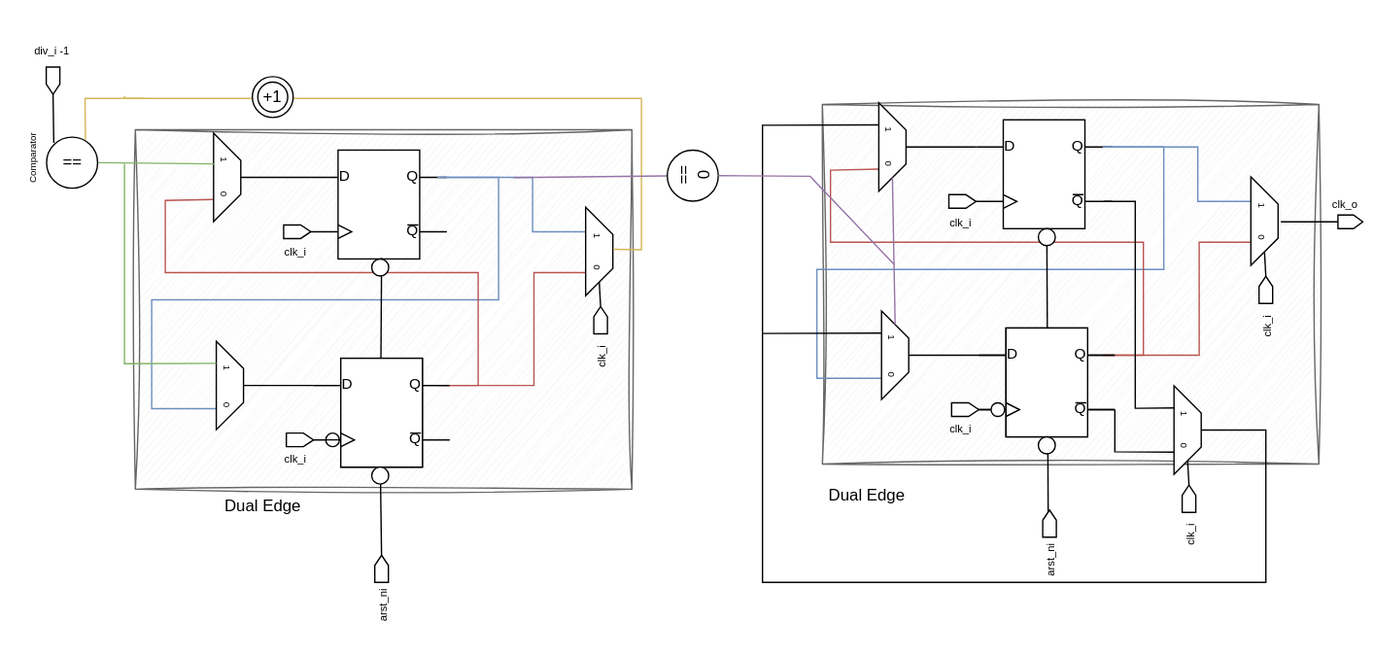
Before: document/clockdivider.svg, a diagram exported from draw.io (ADN-VLSI/SC-SoC). Source tidied: cells renumbered, new cells last; positions are measured from the earlier drawing's top-left corner, leaving out a move shared by most shapes.
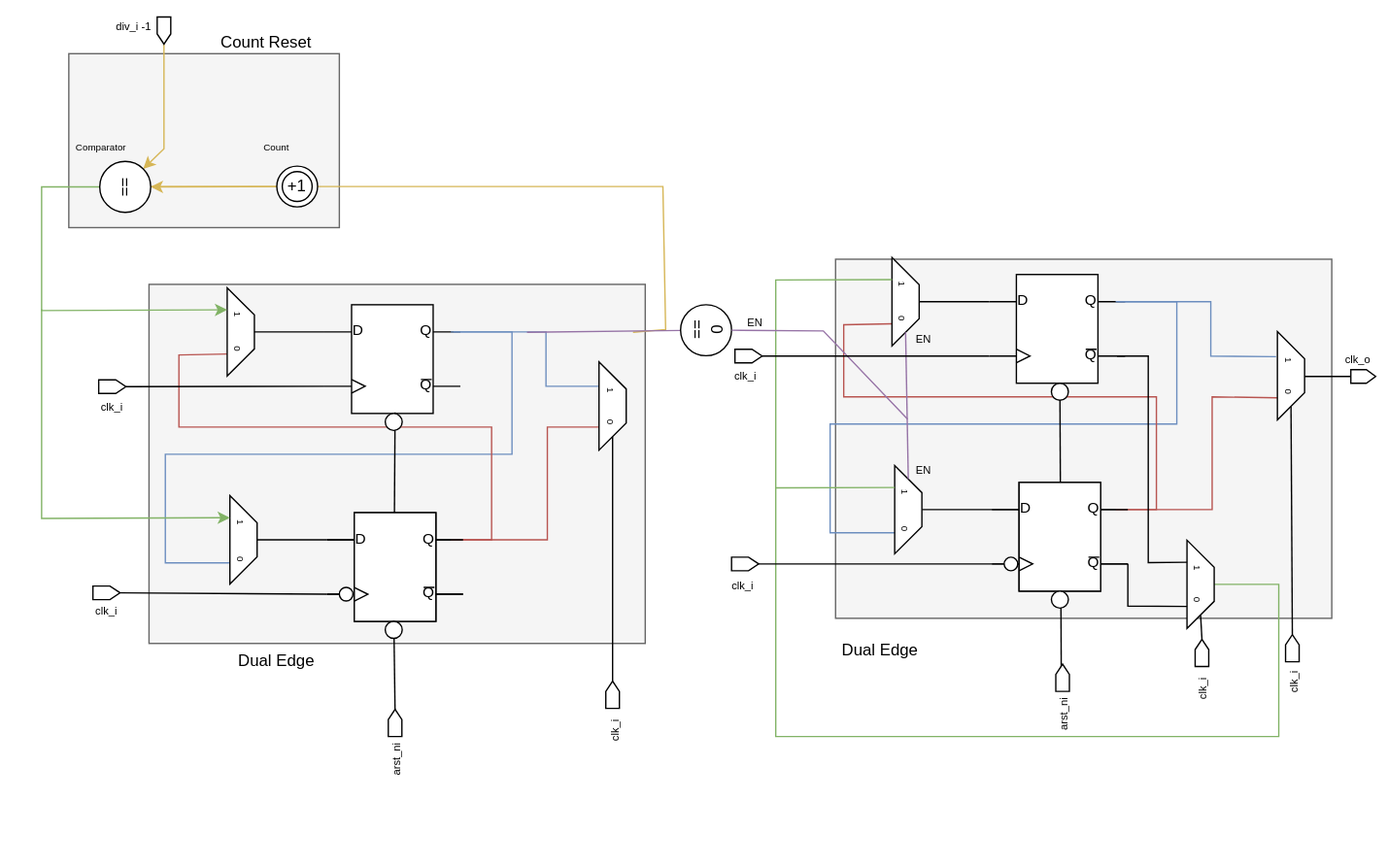
The same diagram one commit later.

The edit, as a diff of the source:
```diff
@@ -3,12 +3,15 @@
     <mxCell id="0" />
     <mxCell id="1" parent="0" />
     <mxCell id="2" style="rounded=0;whiteSpace=wrap;html=1;strokeColor=none;" parent="1" vertex="1">
-      <mxGeometry x="8" width="1010" height="482" as="geometry" />
+      <mxGeometry x="-2" y="-114" width="1019.8" height="638" as="geometry" />
     </mxCell>
+    <mxCell id="83" style="rounded=0;whiteSpace=wrap;html=1;fillColor=#f5f5f5;fontColor=#333333;strokeColor=#666666;" parent="1" vertex="1">
+      <mxGeometry x="48" y="-75" width="199" height="128" as="geometry" />
+    </mxCell>
-    <mxCell id="3" style="rounded=0;whiteSpace=wrap;html=1;fillColor=#f5f5f5;strokeColor=#666666;sketch=1;curveFitting=1;jiggle=2;fontColor=#333333;" parent="1" vertex="1">
+    <mxCell id="3" style="rounded=0;whiteSpace=wrap;html=1;fillColor=#f5f5f5;strokeColor=#666666;fontColor=#333333;" parent="1" vertex="1">
       <mxGeometry x="612" y="76.2" width="365" height="264.2" as="geometry" />
     </mxCell>
-    <mxCell id="4" style="rounded=0;whiteSpace=wrap;html=1;fillColor=#f5f5f5;fontColor=#333333;strokeColor=#666666;sketch=1;curveFitting=1;jiggle=2;" parent="1" vertex="1">
+    <mxCell id="4" style="rounded=0;whiteSpace=wrap;html=1;fillColor=#f5f5f5;fontColor=#333333;strokeColor=#666666;" parent="1" vertex="1">
       <mxGeometry x="107" y="94.8" width="365" height="264.2" as="geometry" />
     </mxCell>
     <mxCell id="5" style="verticalLabelPosition=bottom;shadow=0;dashed=0;align=center;html=1;verticalAlign=top;shape=mxgraph.electrical.logic_gates.d_type_flip-flop;" parent="1" vertex="1">
@@ -17,9 +20,6 @@
     <mxCell id="6" style="verticalLabelPosition=bottom;shadow=0;dashed=0;align=center;html=1;verticalAlign=top;shape=mxgraph.electrical.logic_gates.d_type_flip-flop;" parent="1" vertex="1">
       <mxGeometry x="236" y="109.8" width="100" height="80" as="geometry" />
     </mxCell>
-    <mxCell id="7" style="ellipse;whiteSpace=wrap;html=1;" parent="1" vertex="1">
-      <mxGeometry x="247" y="317.8" width="10" height="10" as="geometry" />
-    </mxCell>
     <mxCell id="8" style="endArrow=none;html=1;entryX=0;entryY=0.25;entryDx=0;entryDy=0;entryPerimeter=0;exitX=0.5;exitY=0;exitDx=0;exitDy=0;" parent="1" edge="1" source="16" target="6">
       <mxGeometry relative="1" as="geometry" />
     </mxCell>
@@ -80,48 +80,34 @@
     <mxCell id="16" value="&lt;font style=&quot;font-size: 7px;&quot;&gt;1&amp;nbsp; &amp;nbsp; &amp;nbsp; &amp;nbsp; &amp;nbsp; &amp;nbsp;0&lt;/font&gt;" style="shape=trapezoid;perimeter=trapezoidPerimeter;whiteSpace=wrap;html=1;fixedSize=1;rotation=90;" parent="1" vertex="1">
       <mxGeometry x="142" y="119.8" width="65" height="20" as="geometry" />
     </mxCell>
-    <mxCell id="17" style="endArrow=none;html=1;fillColor=#d5e8d4;strokeColor=#82b366;entryX=0.348;entryY=0.961;entryDx=0;entryDy=0;entryPerimeter=0;rounded=0;curved=0;exitX=1;exitY=0.5;exitDx=0;exitDy=0;" parent="1" edge="1" source="36" target="16">
-      <mxGeometry relative="1" as="geometry" />
-    </mxCell>
-    <mxCell id="18" style="endArrow=none;html=1;strokeColor=#82b366;exitX=0.25;exitY=1;exitDx=0;exitDy=0;fillColor=#d5e8d4;rounded=0;curved=0;" parent="1" edge="1" source="15">
-      <mxGeometry relative="1" as="geometry">
-        <mxPoint x="99" y="120" as="targetPoint" />
-        <Array as="points">
-          <mxPoint x="99" y="266.8" />
-          <mxPoint x="99" y="119.8" />
-        </Array>
-      </mxGeometry>
-    </mxCell>
     <mxCell id="19" value="&lt;font style=&quot;font-size: 8px;&quot;&gt;clk_i&lt;/font&gt;" style="text;html=1;align=center;verticalAlign=middle;whiteSpace=wrap;rounded=0;" parent="1" vertex="1">
-      <mxGeometry x="214" y="329.8" width="22" height="12" as="geometry" />
+      <mxGeometry x="64.8" y="327.8" width="22" height="12" as="geometry" />
     </mxCell>
-    <mxCell id="20" style="endArrow=none;html=1;fillColor=#fff2cc;strokeColor=#d6b656;rounded=0;curved=0;exitX=0.476;exitY=-0.02;exitDx=0;exitDy=0;exitPerimeter=0;" parent="1" edge="1" source="14">
+    <mxCell id="20" style="endArrow=none;html=1;fillColor=#fff2cc;strokeColor=#d6b656;rounded=0;curved=0;" parent="1" edge="1">
       <mxGeometry relative="1" as="geometry">
-        <mxPoint x="99" y="70" as="targetPoint" />
+        <mxPoint x="463" y="130" as="sourcePoint" />
+        <mxPoint x="105" y="21" as="targetPoint" />
         <Array as="points">
-          <mxPoint x="479" y="183" />
-          <mxPoint x="479" y="71.8" />
-          <mxPoint x="99" y="71.8" />
+          <mxPoint x="487" y="128" />
+          <mxPoint x="485" y="22.8" />
+          <mxPoint x="105" y="22.8" />
         </Array>
       </mxGeometry>
     </mxCell>
-    <mxCell id="21" value="+1" style="ellipse;shape=doubleEllipse;whiteSpace=wrap;html=1;" parent="1" vertex="1">
-      <mxGeometry x="193" y="55.8" width="30" height="30" as="geometry" />
-    </mxCell>
     <mxCell id="22" value="&lt;font style=&quot;font-size: 8px;&quot;&gt;clk_i&lt;/font&gt;" style="text;html=1;align=center;verticalAlign=middle;whiteSpace=wrap;rounded=0;" parent="1" vertex="1">
-      <mxGeometry x="214" y="177.8" width="22" height="12" as="geometry" />
+      <mxGeometry x="69" y="177.8" width="22" height="12" as="geometry" />
     </mxCell>
     <mxCell id="23" value="&lt;font style=&quot;font-size: 8px;&quot;&gt;clk_i&lt;/font&gt;" style="text;html=1;align=center;verticalAlign=middle;whiteSpace=wrap;rounded=0;rotation=-90;" parent="1" vertex="1">
-      <mxGeometry x="438" y="255.8" width="22" height="12" as="geometry" />
+      <mxGeometry x="438" y="417.2" width="22" height="12" as="geometry" />
     </mxCell>
     <mxCell id="24" style="shape=offPageConnector;whiteSpace=wrap;html=1;rotation=-90;" parent="1" vertex="1">
-      <mxGeometry x="221" y="159.8" width="10" height="20" as="geometry" />
+      <mxGeometry x="75" y="160" width="10" height="20" as="geometry" />
     </mxCell>
     <mxCell id="25" style="shape=offPageConnector;whiteSpace=wrap;html=1;rotation=-90;" parent="1" vertex="1">
-      <mxGeometry x="223" y="312.8" width="10" height="20" as="geometry" />
+      <mxGeometry x="70.8" y="311.8" width="10" height="20" as="geometry" />
     </mxCell>
     <mxCell id="26" style="shape=offPageConnector;whiteSpace=wrap;html=1;rotation=-180;" parent="1" vertex="1">
-      <mxGeometry x="444" y="224.8" width="10" height="20" as="geometry" />
+      <mxGeometry x="443" y="386.8" width="10" height="20" as="geometry" />
     </mxCell>
     <mxCell id="27" style="endArrow=none;html=1;entryX=0.5;entryY=1;entryDx=0;entryDy=0;exitX=1;exitY=0.5;exitDx=0;exitDy=0;" parent="1" edge="1" source="14" target="26">
       <mxGeometry relative="1" as="geometry" />
@@ -132,34 +118,32 @@
     <mxCell id="29" style="shape=offPageConnector;whiteSpace=wrap;html=1;rotation=-180;direction=south;" parent="1" vertex="1">
       <mxGeometry x="991" y="157.5" width="18.2" height="10" as="geometry" />
     </mxCell>
-    <mxCell id="30" style="endArrow=none;html=1;rounded=0;curved=0;fillColor=#fff2cc;strokeColor=#d6b656;exitX=0.762;exitY=0.054;exitDx=0;exitDy=0;exitPerimeter=0;" parent="1" edge="1" source="36">
-      <mxGeometry relative="1" as="geometry">
-        <mxPoint x="114" y="71.8" as="targetPoint" />
-        <Array as="points">
-          <mxPoint x="70" y="71.8" />
-        </Array>
-      </mxGeometry>
-    </mxCell>
     <mxCell id="31" style="endArrow=none;html=1;entryX=0.5;entryY=0;entryDx=0;entryDy=0;" parent="1" edge="1" target="29">
       <mxGeometry relative="1" as="geometry">
         <mxPoint x="949" y="162.5" as="sourcePoint" />
       </mxGeometry>
     </mxCell>
     <mxCell id="32" value="&lt;font style=&quot;font-size: 8px;&quot;&gt;div_i -1&lt;/font&gt;" style="text;html=1;align=center;verticalAlign=middle;whiteSpace=wrap;rounded=0;rotation=0;direction=west;" parent="1" vertex="1">
-      <mxGeometry x="24.8" y="30" width="41.5" height="12" as="geometry" />
+      <mxGeometry x="75" y="-102" width="41.5" height="12" as="geometry" />
     </mxCell>
-    <mxCell id="33" style="shape=offPageConnector;whiteSpace=wrap;html=1;rotation=-180;direction=west;" parent="1" vertex="1">
-      <mxGeometry x="41.5" y="48.8" width="10" height="20" as="geometry" />
-    </mxCell>
-    <mxCell id="34" style="endArrow=none;html=1;entryX=0.5;entryY=1;entryDx=0;entryDy=0;exitX=0.141;exitY=0.11;exitDx=0;exitDy=0;exitPerimeter=0;" parent="1" edge="1" source="36" target="33">
-      <mxGeometry relative="1" as="geometry" />
-    </mxCell>
+    <mxCell id="84" style="edgeStyle=none;html=1;exitX=0.5;exitY=1;exitDx=0;exitDy=0;rounded=0;curved=0;fillColor=#fff2cc;strokeColor=#d6b656;" parent="1" edge="1" source="33" target="36">
+      <mxGeometry relative="1" as="geometry">
+        <Array as="points">
+          <mxPoint x="118" y="-5" />
+        </Array>
+      </mxGeometry>
+    </mxCell>
-    <mxCell id="35" value="&lt;font style=&quot;font-size: 7px;&quot;&gt;Comparator&lt;/font&gt;" style="text;html=1;align=center;verticalAlign=middle;whiteSpace=wrap;rounded=0;rotation=-90;direction=west;" parent="1" vertex="1">
-      <mxGeometry y="100.8" width="60" height="30" as="geometry" />
+    <mxCell id="35" value="&lt;font style=&quot;font-size: 7px;&quot;&gt;Comparator&lt;/font&gt;" style="text;html=1;align=center;verticalAlign=middle;whiteSpace=wrap;rounded=0;rotation=0;direction=west;" parent="1" vertex="1">
+      <mxGeometry x="42" y="-21.8" width="60" height="30" as="geometry" />
     </mxCell>
-    <mxCell id="36" value="==" style="ellipse;whiteSpace=wrap;html=1;" parent="1" vertex="1">
-      <mxGeometry x="41.8" y="100.2" width="37.5" height="37.5" as="geometry" />
-    </mxCell>
+    <mxCell id="17" style="edgeStyle=none;html=1;exitX=0.5;exitY=1;exitDx=0;exitDy=0;entryX=0.25;entryY=1;entryDx=0;entryDy=0;rounded=0;curved=0;fillColor=#d5e8d4;strokeColor=#82b366;" parent="1" edge="1" source="36" target="16">
+      <mxGeometry relative="1" as="geometry">
+        <Array as="points">
+          <mxPoint x="28" y="23" />
+          <mxPoint x="28" y="114" />
+        </Array>
+      </mxGeometry>
+    </mxCell>
     <mxCell id="37" value="Dual Edge" style="text;html=1;align=center;verticalAlign=middle;whiteSpace=wrap;rounded=0;" parent="1" vertex="1">
       <mxGeometry x="171" y="356.8" width="60" height="30" as="geometry" />
     </mxCell>
@@ -202,17 +186,16 @@
     <mxCell id="44" style="endArrow=none;html=1;fillColor=#dae8fc;strokeColor=#6c8ebf;rounded=0;curved=0;" parent="1" edge="1">
       <mxGeometry relative="1" as="geometry">
         <mxPoint x="818" y="107.5" as="sourcePoint" />
-        <mxPoint x="928" y="147.5" as="targetPoint" />
+        <mxPoint x="936" y="148" as="targetPoint" />
         <Array as="points">
           <mxPoint x="888" y="107.5" />
           <mxPoint x="888" y="147.5" />
         </Array>
       </mxGeometry>
     </mxCell>
-    <mxCell id="45" style="endArrow=none;html=1;fillColor=#f8cecc;strokeColor=#b85450;rounded=0;curved=0;" parent="1" edge="1">
+    <mxCell id="45" style="endArrow=none;html=1;fillColor=#f8cecc;strokeColor=#b85450;rounded=0;curved=0;entryX=0.75;entryY=1;entryDx=0;entryDy=0;" parent="1" edge="1" target="81">
       <mxGeometry relative="1" as="geometry">
         <mxPoint x="818" y="260.5" as="sourcePoint" />
-        <mxPoint x="928" y="177.5" as="targetPoint" />
         <Array as="points">
           <mxPoint x="889" y="260.5" />
           <mxPoint x="889" y="217.5" />
@@ -227,27 +210,27 @@
       <mxGeometry x="631" y="97.5" width="65" height="20" as="geometry" />
     </mxCell>
     <mxCell id="48" value="&lt;font style=&quot;font-size: 8px;&quot;&gt;clk_i&lt;/font&gt;" style="text;html=1;align=center;verticalAlign=middle;whiteSpace=wrap;rounded=0;" parent="1" vertex="1">
-      <mxGeometry x="703" y="307.5" width="22" height="12" as="geometry" />
+      <mxGeometry x="532.5" y="309.8" width="22" height="12" as="geometry" />
     </mxCell>
     <mxCell id="49" value="&lt;font style=&quot;font-size: 8px;&quot;&gt;clk_i&lt;/font&gt;" style="text;html=1;align=center;verticalAlign=middle;whiteSpace=wrap;rounded=0;" parent="1" vertex="1">
-      <mxGeometry x="703" y="155.5" width="22" height="12" as="geometry" />
+      <mxGeometry x="535" y="154.5" width="22" height="12" as="geometry" />
     </mxCell>
     <mxCell id="50" value="&lt;font style=&quot;font-size: 8px;&quot;&gt;clk_i&lt;/font&gt;" style="text;html=1;align=center;verticalAlign=middle;whiteSpace=wrap;rounded=0;rotation=-90;" parent="1" vertex="1">
-      <mxGeometry x="927" y="233.5" width="22" height="12" as="geometry" />
+      <mxGeometry x="937" y="381.5" width="22" height="12" as="geometry" />
     </mxCell>
     <mxCell id="51" style="shape=offPageConnector;whiteSpace=wrap;html=1;rotation=-90;" parent="1" vertex="1">
-      <mxGeometry x="710" y="137.5" width="10" height="20" as="geometry" />
+      <mxGeometry x="543" y="137.5" width="10" height="20" as="geometry" />
     </mxCell>
     <mxCell id="52" style="shape=offPageConnector;whiteSpace=wrap;html=1;rotation=-90;" parent="1" vertex="1">
-      <mxGeometry x="712" y="290.5" width="10" height="20" as="geometry" />
+      <mxGeometry x="540.5" y="290.5" width="10" height="20" as="geometry" />
     </mxCell>
     <mxCell id="53" style="shape=offPageConnector;whiteSpace=wrap;html=1;rotation=-180;" parent="1" vertex="1">
-      <mxGeometry x="933" y="202.5" width="10" height="20" as="geometry" />
+      <mxGeometry x="943" y="352.5" width="10" height="20" as="geometry" />
     </mxCell>
     <mxCell id="54" style="endArrow=none;html=1;entryX=0.5;entryY=1;entryDx=0;entryDy=0;exitX=1;exitY=0.5;exitDx=0;exitDy=0;" parent="1" edge="1" source="81" target="53">
       <mxGeometry relative="1" as="geometry" />
     </mxCell>
-    <mxCell id="55" style="endArrow=none;html=1;entryX=0.25;entryY=1;entryDx=0;entryDy=0;rounded=0;curved=0;exitX=0.5;exitY=0;exitDx=0;exitDy=0;" parent="1" edge="1" source="56" target="47">
+    <mxCell id="55" style="endArrow=none;html=1;entryX=0.25;entryY=1;entryDx=0;entryDy=0;rounded=0;curved=0;exitX=0.5;exitY=0;exitDx=0;exitDy=0;fillColor=#d5e8d4;strokeColor=#82b366;" parent="1" edge="1" source="56" target="47">
       <mxGeometry relative="1" as="geometry">
         <Array as="points">
           <mxPoint x="938" y="315.5" />
@@ -285,7 +268,7 @@
         </Array>
       </mxGeometry>
     </mxCell>
-    <mxCell id="62" style="endArrow=none;html=1;entryX=0.25;entryY=1;entryDx=0;entryDy=0;" parent="1" edge="1" target="46">
+    <mxCell id="62" style="endArrow=none;html=1;entryX=0.25;entryY=1;entryDx=0;entryDy=0;fillColor=#d5e8d4;strokeColor=#82b366;" parent="1" edge="1" target="46">
       <mxGeometry relative="1" as="geometry">
         <mxPoint x="568" y="244.5" as="sourcePoint" />
       </mxGeometry>
@@ -354,7 +337,7 @@
       <mxGeometry x="736" y="295.5" width="10" height="10" as="geometry" />
     </mxCell>
     <mxCell id="81" value="&lt;font style=&quot;font-size: 7px;&quot;&gt;1&amp;nbsp; &amp;nbsp; &amp;nbsp; &amp;nbsp; &amp;nbsp; 0&lt;/font&gt;" style="shape=trapezoid;perimeter=trapezoidPerimeter;whiteSpace=wrap;html=1;fixedSize=1;rotation=90;" parent="1" vertex="1">
-      <mxGeometry x="904.5" y="152" width="65" height="20" as="geometry" />
+      <mxGeometry x="914.5" y="152" width="65" height="20" as="geometry" />
     </mxCell>
     <mxCell id="82" style="endArrow=none;html=1;fillColor=#e1d5e7;strokeColor=#9673a6;exitX=0.5;exitY=1;exitDx=0;exitDy=0;rounded=0;curved=0;" parent="1" edge="1" source="65">
       <mxGeometry relative="1" as="geometry">
@@ -364,5 +347,55 @@
         </Array>
       </mxGeometry>
     </mxCell>
+    <mxCell id="85" style="endArrow=classic;html=1;entryX=0.5;entryY=0;entryDx=0;entryDy=0;exitX=0;exitY=0.5;exitDx=0;exitDy=0;fillColor=#fff2cc;strokeColor=#d6b656;" parent="1" edge="1" source="21" target="36">
+      <mxGeometry relative="1" as="geometry" />
+    </mxCell>
+    <mxCell id="86" style="endArrow=classic;html=1;entryX=0.25;entryY=1;entryDx=0;entryDy=0;rounded=0;curved=0;fillColor=#d5e8d4;strokeColor=#82b366;" parent="1" edge="1" target="15">
+      <mxGeometry relative="1" as="geometry">
+        <mxPoint x="28" y="113" as="sourcePoint" />
+        <Array as="points">
+          <mxPoint x="28" y="267" />
+        </Array>
+      </mxGeometry>
+    </mxCell>
+    <mxCell id="87" value="&lt;font style=&quot;font-size: 7px;&quot;&gt;Count&lt;/font&gt;" style="text;html=1;align=center;verticalAlign=middle;whiteSpace=wrap;rounded=0;rotation=0;direction=west;" parent="1" vertex="1">
+      <mxGeometry x="171" y="-21.8" width="60" height="30" as="geometry" />
+    </mxCell>
+    <mxCell id="88" value="Count Reset" style="text;html=1;align=center;verticalAlign=middle;whiteSpace=wrap;rounded=0;" parent="1" vertex="1">
+      <mxGeometry x="142" y="-94" width="103" height="21" as="geometry" />
+    </mxCell>
+    <mxCell id="36" value="==" style="ellipse;whiteSpace=wrap;html=1;rotation=90;" parent="1" vertex="1">
+      <mxGeometry x="70.8" y="4.2" width="37.5" height="37.5" as="geometry" />
+    </mxCell>
+    <mxCell id="21" value="+1" style="ellipse;shape=doubleEllipse;whiteSpace=wrap;html=1;" parent="1" vertex="1">
+      <mxGeometry x="201" y="7.8" width="30" height="30" as="geometry" />
+    </mxCell>
+    <mxCell id="33" style="shape=offPageConnector;whiteSpace=wrap;html=1;rotation=-180;direction=west;" parent="1" vertex="1">
+      <mxGeometry x="113" y="-102" width="10" height="20" as="geometry" />
+    </mxCell>
+    <mxCell id="7" style="ellipse;whiteSpace=wrap;html=1;" parent="1" vertex="1">
+      <mxGeometry x="247" y="317.8" width="10" height="10" as="geometry" />
+    </mxCell>
+    <mxCell id="89" style="endArrow=none;html=1;entryX=0;entryY=0.75;entryDx=0;entryDy=0;entryPerimeter=0;exitX=0.5;exitY=1;exitDx=0;exitDy=0;" parent="1" edge="1" source="24" target="6">
+      <mxGeometry relative="1" as="geometry" />
+    </mxCell>
+    <mxCell id="90" style="endArrow=none;html=1;entryX=0;entryY=0.75;entryDx=0;entryDy=0;entryPerimeter=0;exitX=0.5;exitY=1;exitDx=0;exitDy=0;" parent="1" edge="1" source="25" target="68">
+      <mxGeometry relative="1" as="geometry" />
+    </mxCell>
+    <mxCell id="91" style="endArrow=none;html=1;exitX=0.5;exitY=1;exitDx=0;exitDy=0;entryX=0;entryY=0.75;entryDx=0;entryDy=0;entryPerimeter=0;" parent="1" edge="1" source="51" target="39">
+      <mxGeometry relative="1" as="geometry" />
+    </mxCell>
+    <mxCell id="92" style="endArrow=none;html=1;exitX=0.5;exitY=1;exitDx=0;exitDy=0;entryX=0;entryY=0.75;entryDx=0;entryDy=0;entryPerimeter=0;" parent="1" edge="1" source="52" target="73">
+      <mxGeometry relative="1" as="geometry" />
+    </mxCell>
+    <mxCell id="93" value="&lt;font style=&quot;font-size: 8px;&quot;&gt;EN&lt;/font&gt;" style="text;html=1;align=center;verticalAlign=middle;whiteSpace=wrap;rounded=0;" parent="1" vertex="1">
+      <mxGeometry x="542" y="115.8" width="22" height="12" as="geometry" />
+    </mxCell>
+    <mxCell id="94" value="&lt;font style=&quot;font-size: 8px;&quot;&gt;EN&lt;/font&gt;" style="text;html=1;align=center;verticalAlign=middle;whiteSpace=wrap;rounded=0;" parent="1" vertex="1">
+      <mxGeometry x="666" y="127.8" width="22" height="12" as="geometry" />
+    </mxCell>
+    <mxCell id="95" value="&lt;font style=&quot;font-size: 8px;&quot;&gt;EN&lt;/font&gt;" style="text;html=1;align=center;verticalAlign=middle;whiteSpace=wrap;rounded=0;" parent="1" vertex="1">
+      <mxGeometry x="666" y="225" width="22" height="12" as="geometry" />
+    </mxCell>
   </root>
 </mxGraphModel>
```
